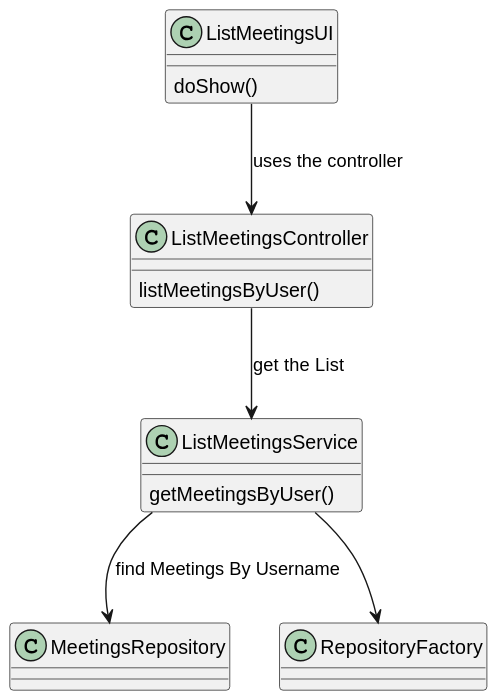
mascenso/isep-sem4-lapr4 keeps this PlantUML diagram as docs/SPRINT C/US4004 - View a list of participants in my meeting and their status/Class_Diagram.svg. Above is the earlier version.
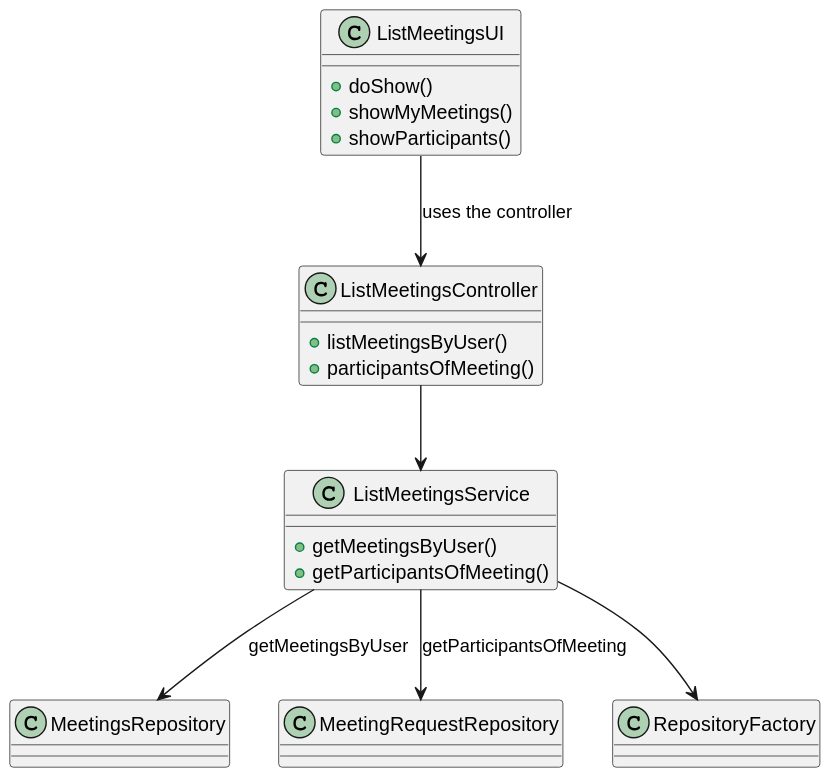
The same diagram one commit later.

The edit, as a diff of the source:
```diff
@@ -1,25 +1,33 @@
 @startuml
 
 class ListMeetingsUI {
-    doShow()
+    + doShow()
+    + showMyMeetings()
+    + showParticipants()
 }
 
 class ListMeetingsController {
-    listMeetingsByUser()
+    + listMeetingsByUser()
+    + participantsOfMeeting()
 }
 
 class ListMeetingsService {
-    getMeetingsByUser()
+    + getMeetingsByUser()
+    + getParticipantsOfMeeting()
 }
 
 class MeetingsRepository {
+}
+
+class MeetingRequestRepository {
 }
 
 class RepositoryFactory {
 }
 
 ListMeetingsUI -down-> ListMeetingsController   : uses the controller
-ListMeetingsController --> ListMeetingsService  : get the List
+ListMeetingsController --> ListMeetingsService
 ListMeetingsService --> RepositoryFactory
-ListMeetingsService --> MeetingsRepository      : find Meetings By Username
+ListMeetingsService --> MeetingsRepository      : getMeetingsByUser
+ListMeetingsService --> MeetingRequestRepository: getParticipantsOfMeeting
 @enduml
```
